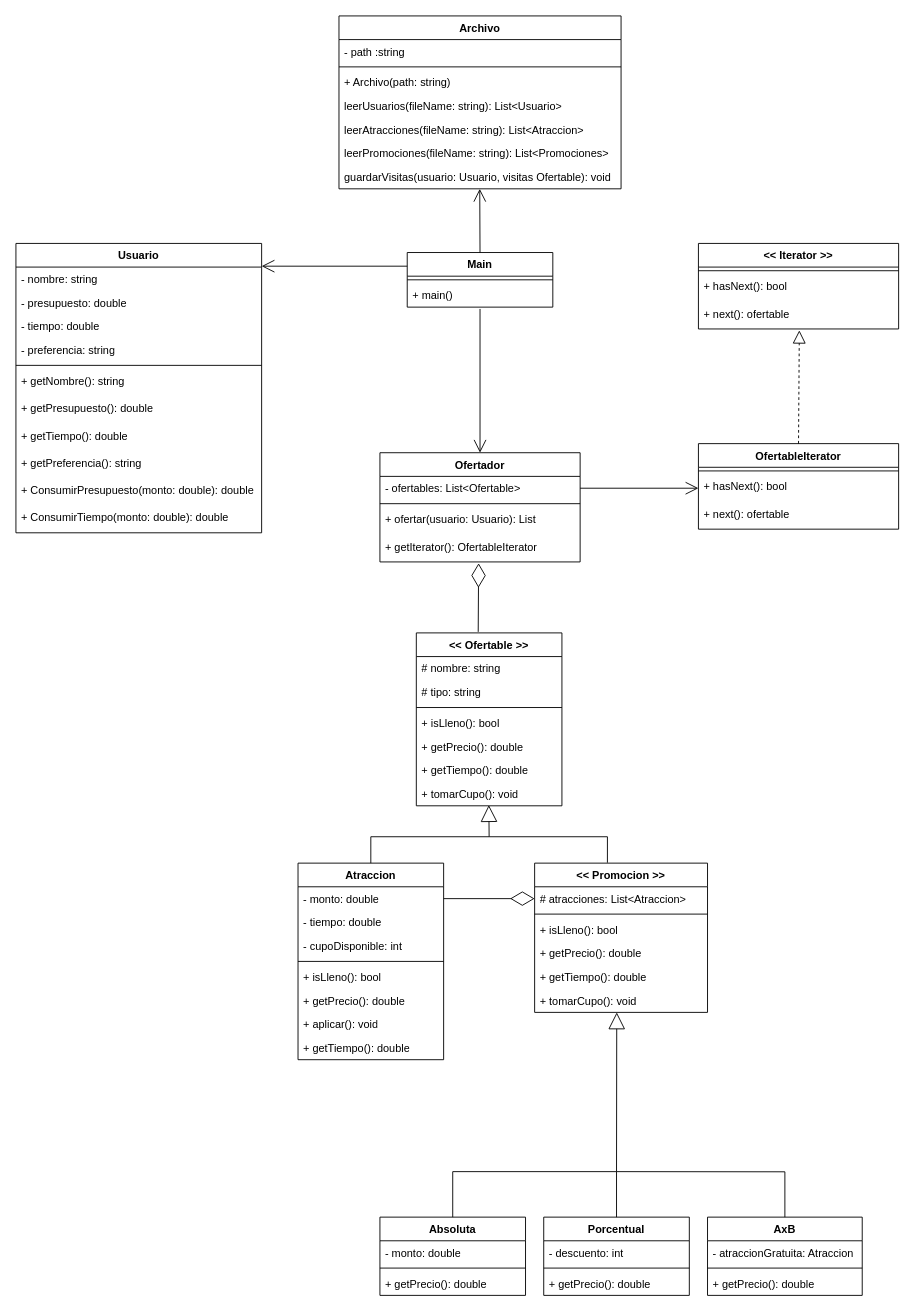
This is diagrama.drawio from TomasRojass/TP-Paradigmas, a draw.io file, before an edit. Source tidied: cells renumbered, new cells numbered last; positions are measured from the earlier drawing's top-left corner, leaving out a move shared by most shapes. Both pictures are drawn from the tidied source at 91%, with x=0, y=0 at pixel (15, 15).
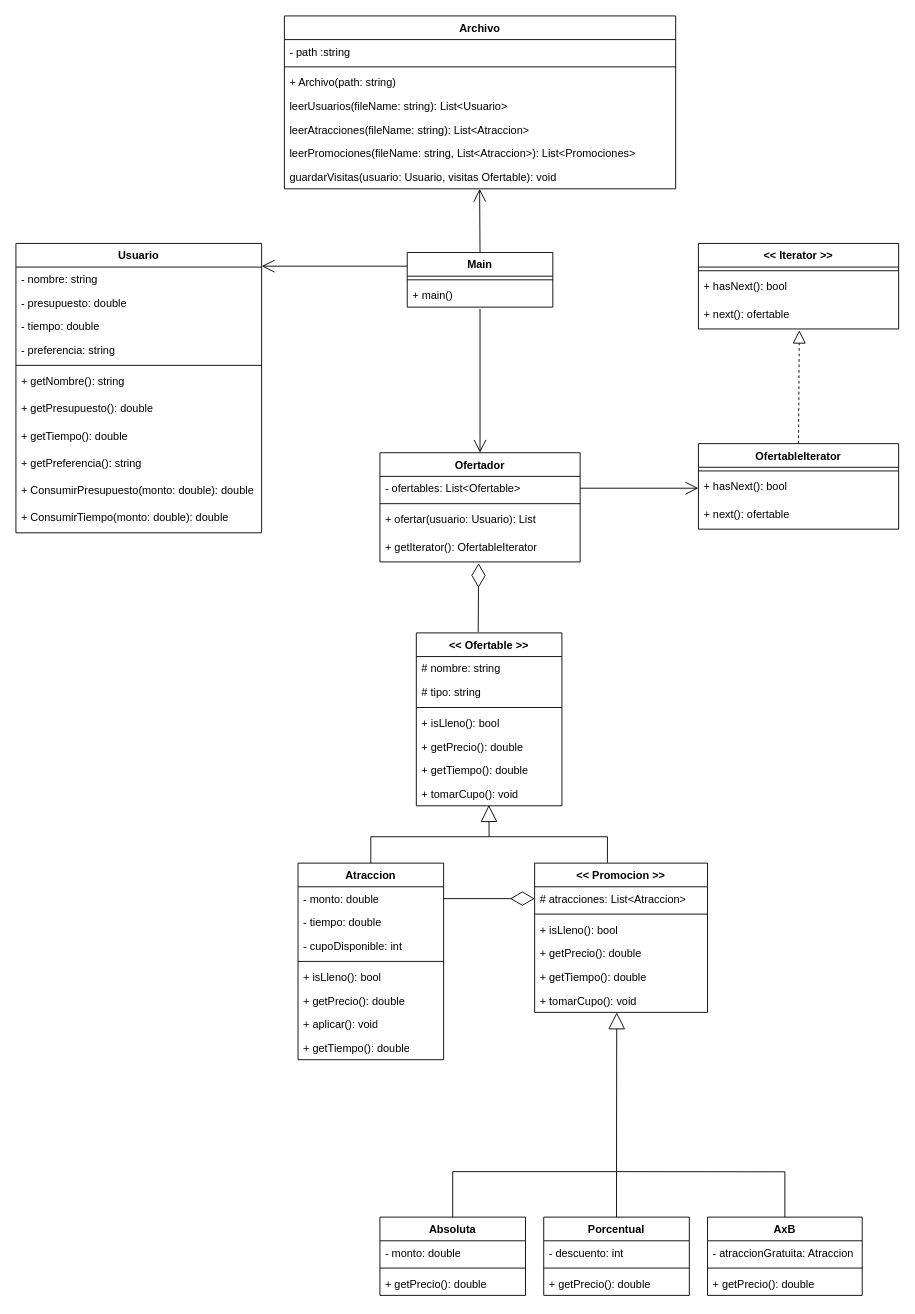
Above is the later version.

Diff of the diagram source:
```diff
@@
     <mxCell id="55" value="Archivo" style="swimlane;fontStyle=1;align=center;verticalAlign=top;horizontal=1;startSize=26;whiteSpace=wrap;html=1;" parent="1" vertex="1">
-      <mxGeometry x="355" width="310" height="190" as="geometry" />
+      <mxGeometry x="295" width="430" height="190" as="geometry" />
     </mxCell>
     <mxCell id="56" value="- path :string" style="text;strokeColor=none;fillColor=none;align=left;verticalAlign=top;spacingLeft=4;spacingRight=4;overflow=hidden;whiteSpace=wrap;html=1;" parent="55" vertex="1">
-      <mxGeometry y="26" width="310" height="26" as="geometry" />
+      <mxGeometry y="26" width="430" height="26" as="geometry" />
     </mxCell>
     <mxCell id="57" style="line;strokeWidth=1;fillColor=none;align=left;verticalAlign=middle;spacingTop=-1;spacingLeft=3;spacingRight=3;labelPosition=right;strokeColor=inherit;" parent="55" vertex="1">
-      <mxGeometry y="52" width="310" height="8" as="geometry" />
+      <mxGeometry y="52" width="430" height="8" as="geometry" />
     </mxCell>
     <mxCell id="58" value="+ Archivo(path: string)" style="text;strokeColor=none;fillColor=none;align=left;verticalAlign=top;spacingLeft=4;spacingRight=4;overflow=hidden;whiteSpace=wrap;html=1;" parent="55" vertex="1">
-      <mxGeometry y="60" width="310" height="26" as="geometry" />
+      <mxGeometry y="60" width="430" height="26" as="geometry" />
     </mxCell>
     <mxCell id="59" value="leerUsuarios(fileName: string): List&amp;lt;Usuario&amp;gt;" style="text;strokeColor=none;fillColor=none;align=left;verticalAlign=top;spacingLeft=4;spacingRight=4;overflow=hidden;whiteSpace=wrap;html=1;" parent="55" vertex="1">
-      <mxGeometry y="86" width="310" height="26" as="geometry" />
+      <mxGeometry y="86" width="430" height="26" as="geometry" />
     </mxCell>
     <mxCell id="60" value="leerAtracciones(fileName: string): List&amp;lt;Atraccion&amp;gt;" style="text;strokeColor=none;fillColor=none;align=left;verticalAlign=top;spacingLeft=4;spacingRight=4;overflow=hidden;whiteSpace=wrap;html=1;" parent="55" vertex="1">
-      <mxGeometry y="112" width="310" height="26" as="geometry" />
+      <mxGeometry y="112" width="430" height="26" as="geometry" />
     </mxCell>
-    <mxCell id="61" value="leerPromociones(fileName:&amp;nbsp;string): List&amp;lt;Promociones&amp;gt;" style="text;strokeColor=none;fillColor=none;align=left;verticalAlign=top;spacingLeft=4;spacingRight=4;overflow=hidden;whiteSpace=wrap;html=1;" parent="55" vertex="1">
-      <mxGeometry y="138" width="310" height="26" as="geometry" />
+    <mxCell id="61" value="leerPromociones(fileName:&amp;nbsp;string, List&amp;lt;Atraccion&amp;gt;): List&amp;lt;Promociones&amp;gt;" style="text;strokeColor=none;fillColor=none;align=left;verticalAlign=top;spacingLeft=4;spacingRight=4;overflow=hidden;whiteSpace=wrap;html=1;" parent="55" vertex="1">
+      <mxGeometry y="138" width="430" height="26" as="geometry" />
     </mxCell>
     <mxCell id="62" value="guardarVisitas(usuario: Usuario, visitas Ofertable): void" style="text;strokeColor=none;fillColor=none;align=left;verticalAlign=top;spacingLeft=4;spacingRight=4;overflow=hidden;points=[[0,0.5],[1,0.5]];portConstraint=eastwest;whiteSpace=wrap;html=1;" parent="55" vertex="1">
-      <mxGeometry y="164" width="310" height="26" as="geometry" />
+      <mxGeometry y="164" width="430" height="26" as="geometry" />
     </mxCell>
```
